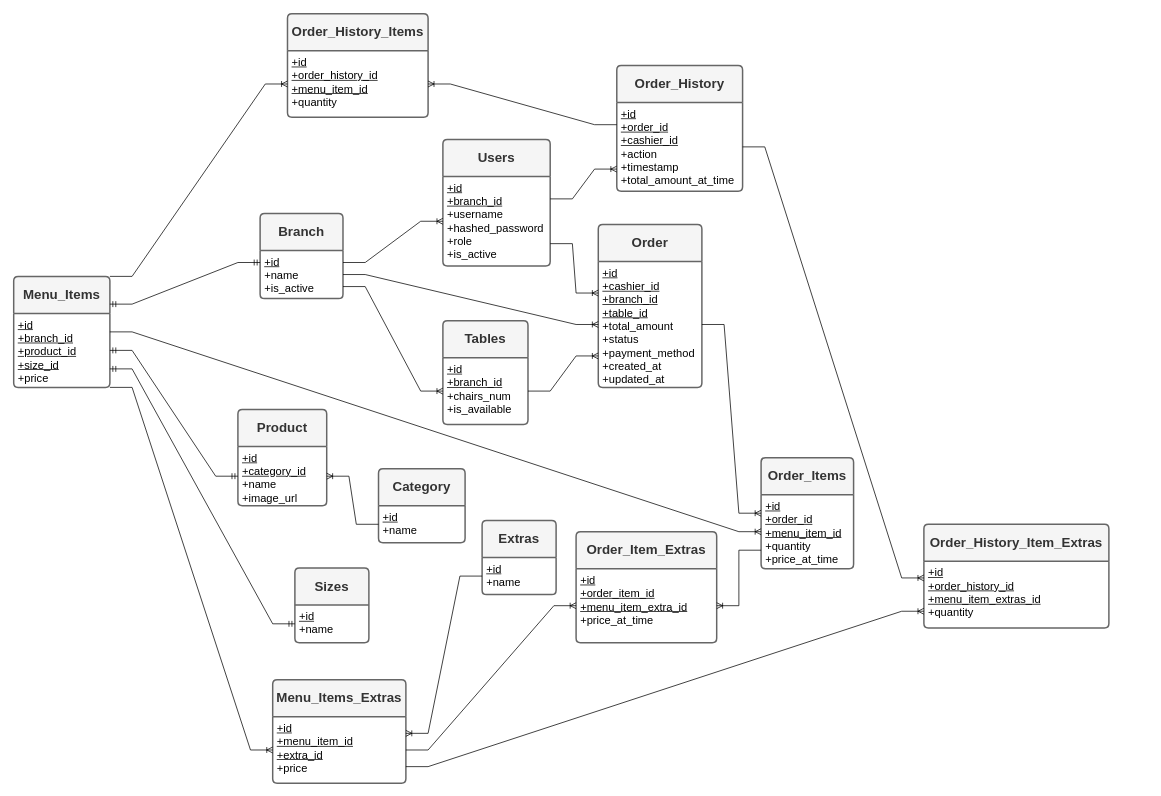
The draw.io diagram server/docs/Untitled Diagram.drawio in RamyJamea/gwsh, before the edit. Source tidied: cells renumbered, new cells numbered last; positions are measured from the earlier drawing's top-left corner, leaving out a move shared by most shapes. Both pictures are drawn from the tidied source at 74%, with x=0, y=0 at pixel (13, 13).
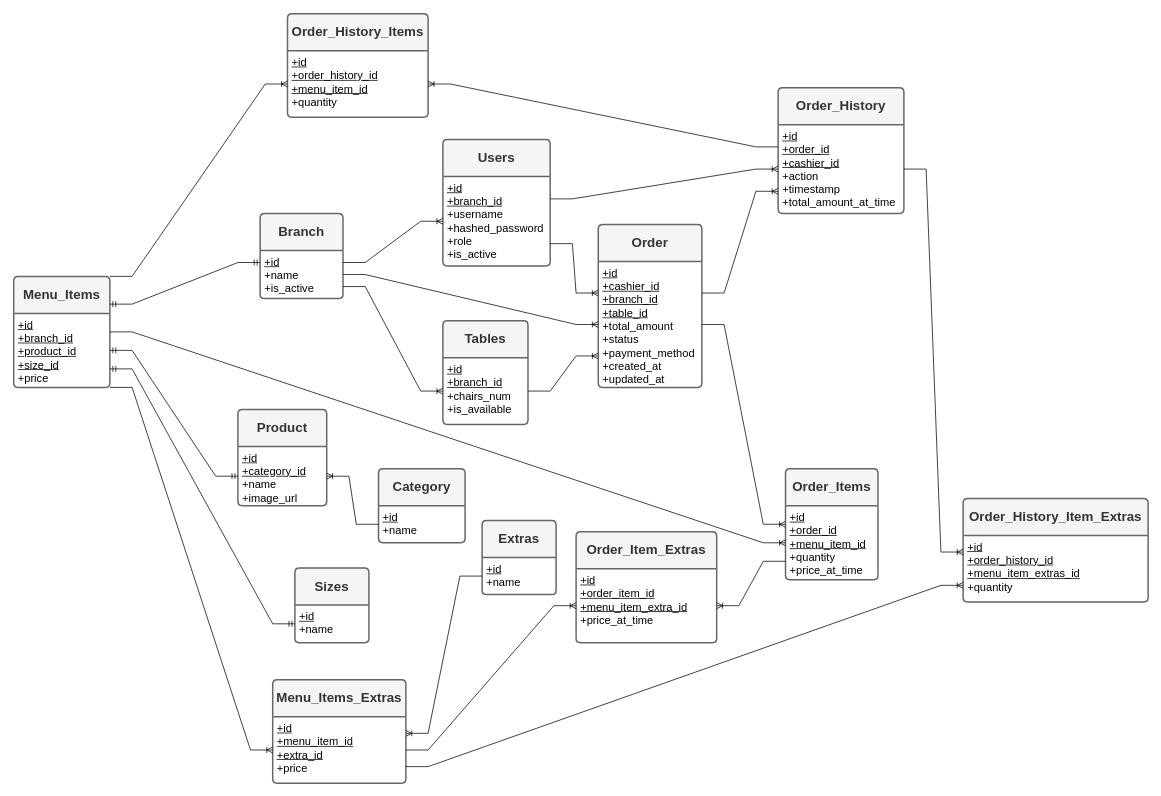
The same diagram, later.

The change refers to these unchanged cells:
```xml
<mxCell id="3" value="&lt;font style=&quot;font-size: 15px;&quot;&gt;&lt;u&gt;+id&lt;/u&gt;&lt;/font&gt;&lt;div&gt;&lt;font style=&quot;font-size: 15px;&quot;&gt;&lt;u&gt;+branch_id&lt;br&gt;&lt;/u&gt;+username&lt;br&gt;+hashed_password&lt;/font&gt;&lt;div&gt;&lt;font style=&quot;font-size: 15px;&quot;&gt;+role&lt;/font&gt;&lt;/div&gt;&lt;/div&gt;&lt;div&gt;&lt;font style=&quot;font-size: 15px;&quot;&gt;+is_active&lt;/font&gt;&lt;/div&gt;" style="align=left;strokeColor=none;fillColor=none;spacingLeft=4;spacingRight=4;fontSize=12;verticalAlign=top;html=1;whiteSpace=wrap;" parent="2" vertex="1">
  <mxGeometry y="50" width="145" height="121" as="geometry" />
</mxCell>
<mxCell id="7" value="&lt;font style=&quot;font-size: 15px;&quot;&gt;&lt;u&gt;+id&lt;br&gt;+cashier_id&lt;/u&gt;&lt;/font&gt;&lt;div&gt;&lt;font style=&quot;font-size: 15px;&quot;&gt;&lt;u&gt;+branch_id&lt;/u&gt;&lt;/font&gt;&lt;/div&gt;&lt;div&gt;&lt;font style=&quot;font-size: 15px;&quot;&gt;&lt;u&gt;+table_id&lt;br&gt;&lt;/u&gt;+total_amount&lt;/font&gt;&lt;div&gt;&lt;font style=&quot;font-size: 15px;&quot;&gt;+status&lt;/font&gt;&lt;/div&gt;&lt;div&gt;&lt;font style=&quot;font-size: 15px;&quot;&gt;+payment_method&lt;/font&gt;&lt;/div&gt;&lt;div&gt;&lt;font style=&quot;font-size: 15px;&quot;&gt;+created_at&lt;/font&gt;&lt;/div&gt;&lt;/div&gt;&lt;div&gt;&lt;font style=&quot;font-size: 15px;&quot;&gt;+updated_at&lt;/font&gt;&lt;/div&gt;" style="align=left;strokeColor=none;fillColor=none;spacingLeft=4;spacingRight=4;fontSize=12;verticalAlign=top;html=1;whiteSpace=wrap;" parent="6" vertex="1">
  <mxGeometry y="50" width="140" height="170" as="geometry" />
</mxCell>
<mxCell id="29" value="&lt;font style=&quot;font-size: 15px;&quot;&gt;&lt;u&gt;+id&lt;br&gt;+order_id&lt;br&gt;+cashier_id&lt;/u&gt;&lt;/font&gt;&lt;div&gt;&lt;font style=&quot;font-size: 15px;&quot;&gt;+action&lt;/font&gt;&lt;/div&gt;&lt;div&gt;&lt;font style=&quot;font-size: 15px;&quot;&gt;+timestamp&lt;/font&gt;&lt;/div&gt;&lt;div&gt;&lt;font style=&quot;font-size: 15px;&quot;&gt;+total_amount_at_time&lt;/font&gt;&lt;/div&gt;" style="align=left;strokeColor=none;fillColor=none;spacingLeft=4;spacingRight=4;fontSize=12;verticalAlign=top;html=1;whiteSpace=wrap;" parent="28" vertex="1">
  <mxGeometry y="50" width="170" height="120" as="geometry" />
</mxCell>
```

Diff of the diagram source:
```diff
@@
     <mxCell id="8" value="&lt;font style=&quot;font-size: 18px;&quot;&gt;&lt;b&gt;Order_Items&lt;/b&gt;&lt;/font&gt;" style="swimlane;horizontal=1;startSize=50;rounded=1;fontSize=14;fontStyle=0;strokeWidth=2;shadow=0;dashed=0;align=center;arcSize=4;whiteSpace=wrap;html=1;fillColor=#f5f5f5;fontColor=#333333;strokeColor=#666666;" parent="1" vertex="1">
-      <mxGeometry x="1010" y="600" width="125" height="150" as="geometry" />
+      <mxGeometry x="1043" y="615" width="125" height="150" as="geometry" />
     </mxCell>
@@
     <mxCell id="28" value="&lt;font style=&quot;font-size: 18px;&quot;&gt;&lt;b&gt;Order_History&lt;/b&gt;&lt;/font&gt;" style="swimlane;horizontal=1;startSize=50;rounded=1;fontSize=14;fontStyle=0;strokeWidth=2;shadow=0;dashed=0;align=center;arcSize=4;whiteSpace=wrap;html=1;fillColor=#f5f5f5;fontColor=#333333;strokeColor=#666666;" parent="1" vertex="1">
-      <mxGeometry x="815" y="70" width="170" height="170" as="geometry" />
+      <mxGeometry x="1033" y="100" width="170" height="170" as="geometry" />
     </mxCell>
@@
-    <mxCell id="37" style="edgeStyle=entityRelationEdgeStyle;fontSize=12;html=1;endArrow=ERoneToMany;rounded=0;exitX=1;exitY=0.25;exitDx=0;exitDy=0;entryX=0;entryY=0.75;entryDx=0;entryDy=0;" parent="1" edge="1" source="3" target="29">
+    <mxCell id="37" style="edgeStyle=entityRelationEdgeStyle;fontSize=12;html=1;endArrow=ERoneToMany;rounded=0;exitX=1;exitY=0.25;exitDx=0;exitDy=0;entryX=0;entryY=0.5;entryDx=0;entryDy=0;" parent="1" edge="1" source="3" target="29">
       <mxGeometry relative="1" as="geometry" />
     </mxCell>
@@
     <mxCell id="44" value="&lt;font style=&quot;font-size: 18px;&quot;&gt;&lt;b&gt;Order_History_Item_Extras&lt;/b&gt;&lt;/font&gt;" style="swimlane;horizontal=1;startSize=50;rounded=1;fontSize=14;fontStyle=0;strokeWidth=2;shadow=0;dashed=0;align=center;arcSize=4;whiteSpace=wrap;html=1;fillColor=#f5f5f5;fontColor=#333333;strokeColor=#666666;" parent="1" vertex="1">
-      <mxGeometry x="1230" y="690" width="250" height="140" as="geometry" />
+      <mxGeometry x="1283" y="655" width="250" height="140" as="geometry" />
     </mxCell>
@@
+    <mxCell id="52" style="edgeStyle=entityRelationEdgeStyle;fontSize=12;html=1;endArrow=ERoneToMany;rounded=0;exitX=1;exitY=0.25;exitDx=0;exitDy=0;entryX=0;entryY=0.75;entryDx=0;entryDy=0;" parent="1" edge="1" source="7" target="29">
+      <mxGeometry relative="1" as="geometry" />
+    </mxCell>
```
